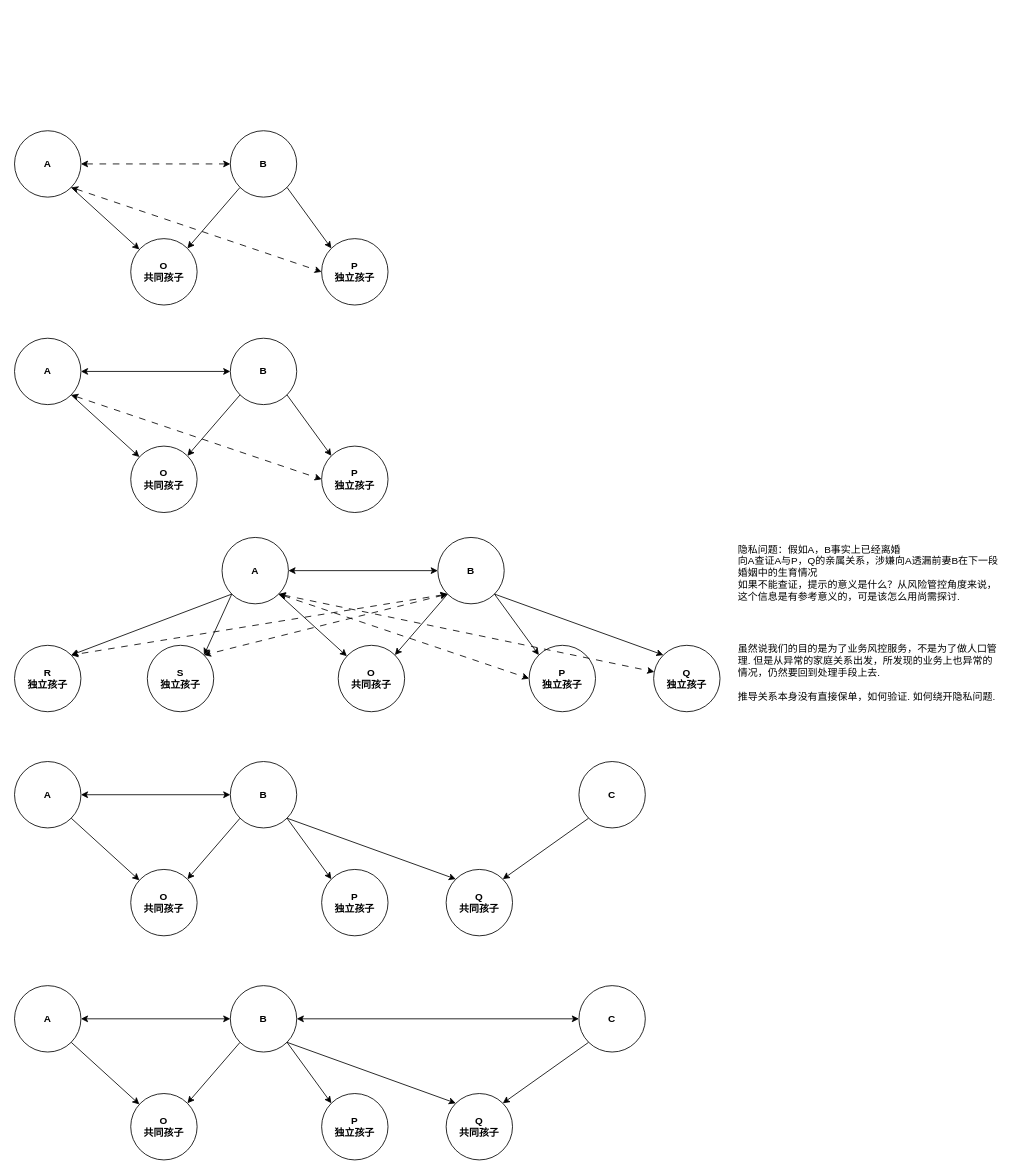
Above: page "关系推导细化" (8 of 8) of 友邦/图拓扑设计.drawio in XiaoLiuAI/diagrams (draw.io), before the change. Source tidied: cells renumbered, new cells numbered last; positions are measured from the earlier drawing's top-left corner, leaving out a move shared by most shapes. Both pictures are drawn from the tidied source at 83%, with x=0, y=0 at pixel (14, 130).
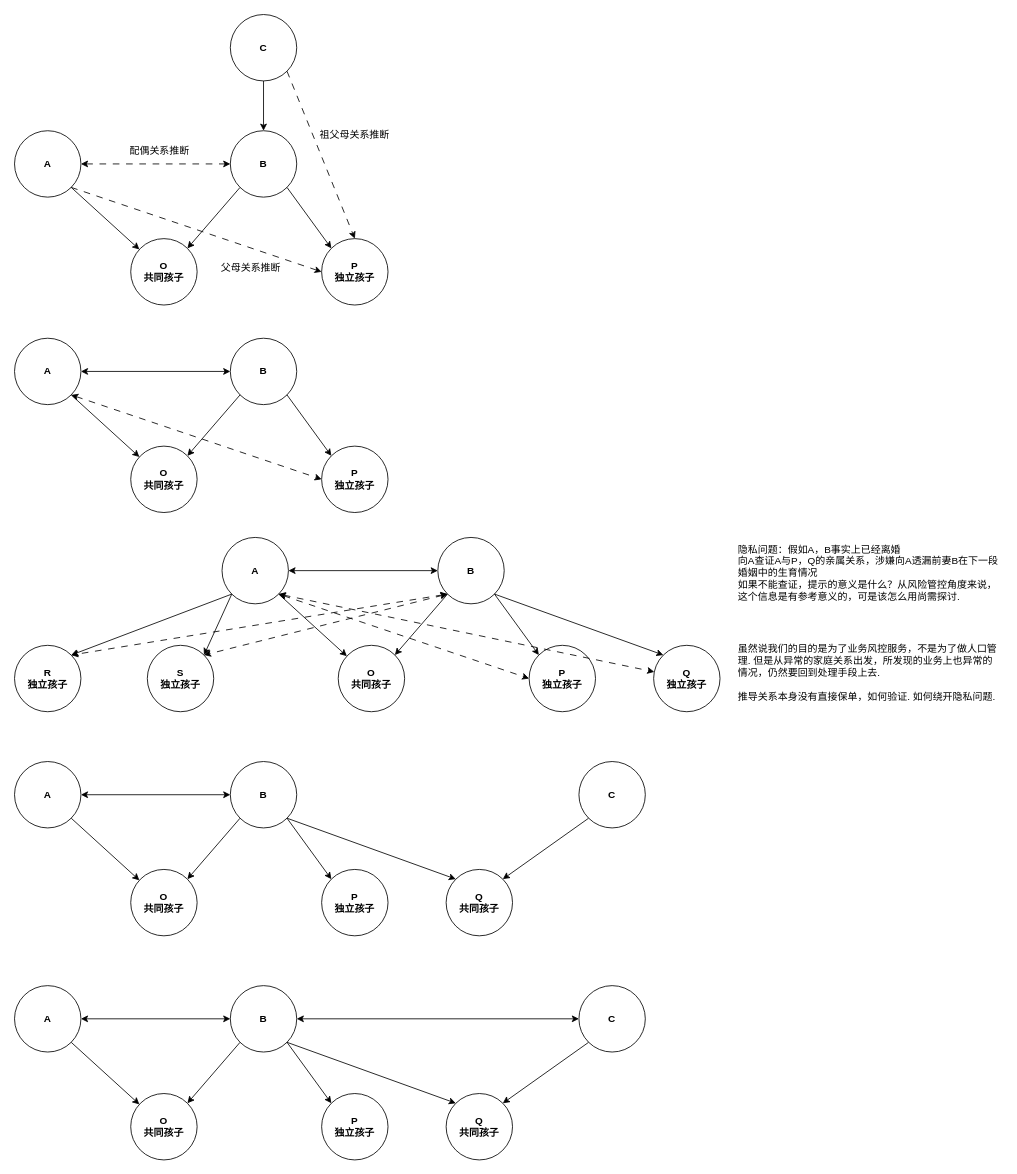
The same diagram, later.

Commit message:
更新图拓扑设计.drawio

The change refers to these unchanged cells:
```xml
<mxCell id="36" value="&lt;b&gt;A&lt;/b&gt;" style="ellipse;whiteSpace=wrap;html=1;fontStyle=0;" parent="1" vertex="1">
  <mxGeometry width="80" height="80" as="geometry" />
</mxCell>
<mxCell id="37" value="B" style="ellipse;whiteSpace=wrap;html=1;fontStyle=1;" parent="1" vertex="1">
  <mxGeometry x="260" width="80" height="80" as="geometry" />
</mxCell>
<mxCell id="42" value="&lt;b&gt;P&lt;br&gt;独立孩子&lt;br&gt;&lt;/b&gt;" style="ellipse;whiteSpace=wrap;html=1;fontStyle=0;" parent="1" vertex="1">
  <mxGeometry x="370" y="130" width="80" height="80" as="geometry" />
</mxCell>
```

The edit, as a diff of the source:
```diff
@@
-    <mxCell id="44" style="endArrow=classic;startArrow=classic;html=1;rounded=0;entryX=0;entryY=0.5;entryDx=0;entryDy=0;exitX=1;exitY=1;exitDx=0;exitDy=0;dashed=1;dashPattern=8 8;" parent="1" edge="1" source="36" target="42">
+    <mxCell id="44" style="endArrow=classic;startArrow=none;html=1;rounded=0;entryX=0;entryY=0.5;entryDx=0;entryDy=0;exitX=1;exitY=1;exitDx=0;exitDy=0;dashed=1;dashPattern=8 8;startFill=0;" parent="1" edge="1" source="36" target="42">
       <mxGeometry relative="1" as="geometry" />
     </mxCell>
@@
+    <mxCell id="65" value="C" style="ellipse;whiteSpace=wrap;html=1;fontStyle=1;" parent="1" vertex="1">
+      <mxGeometry x="260" y="-140" width="80" height="80" as="geometry" />
+    </mxCell>
+    <mxCell id="66" style="endArrow=classic;html=1;rounded=0;entryX=0.5;entryY=0;entryDx=0;entryDy=0;exitX=0.5;exitY=1;exitDx=0;exitDy=0;" parent="1" edge="1" source="65" target="37">
+      <mxGeometry relative="1" as="geometry" />
+    </mxCell>
+    <mxCell id="67" style="endArrow=classic;html=1;rounded=0;entryX=0.5;entryY=0;entryDx=0;entryDy=0;exitX=1;exitY=1;exitDx=0;exitDy=0;dashed=1;dashPattern=8 8;" parent="1" edge="1" source="65" target="42">
+      <mxGeometry relative="1" as="geometry" />
+    </mxCell>
+    <mxCell id="68" value="配偶关系推断" style="text;html=1;strokeColor=none;fillColor=none;align=center;verticalAlign=middle;whiteSpace=wrap;rounded=0;" parent="1" vertex="1">
+      <mxGeometry x="130" y="10" width="90" height="30" as="geometry" />
+    </mxCell>
+    <mxCell id="69" value="父母关系推断" style="text;html=1;strokeColor=none;fillColor=none;align=center;verticalAlign=middle;whiteSpace=wrap;rounded=0;" parent="1" vertex="1">
+      <mxGeometry x="240" y="150" width="90" height="30" as="geometry" />
+    </mxCell>
+    <mxCell id="70" value="祖父母关系推断" style="text;html=1;strokeColor=none;fillColor=none;align=center;verticalAlign=middle;whiteSpace=wrap;rounded=0;" parent="1" vertex="1">
+      <mxGeometry x="365" y="-10" width="90" height="30" as="geometry" />
+    </mxCell>
```
